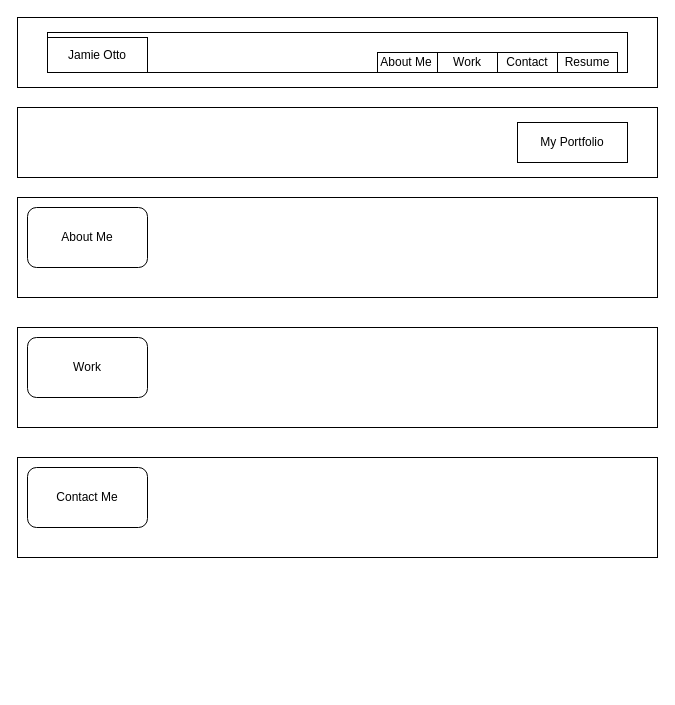
This is new.drawio from jmotto/My-Portfolio, a draw.io file, before an edit. Source tidied: cells renumbered, new cells numbered last; positions are measured from the earlier drawing's top-left corner, leaving out a move shared by most shapes. Both pictures are drawn from the tidied source at 100%, with x=0, y=0 at pixel (17, 17).
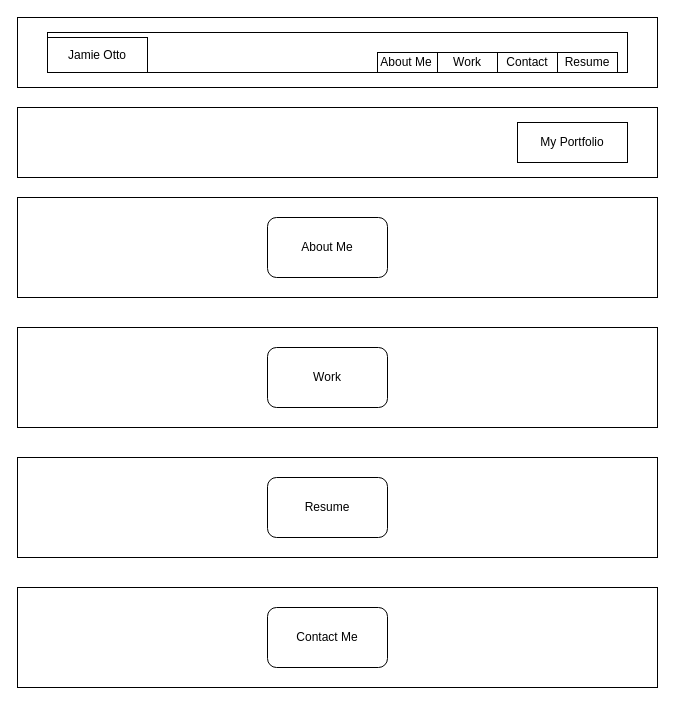
The same diagram, later.

What changed in the source:
```diff
@@
     <mxCell id="8" value="About Me" style="rounded=1;whiteSpace=wrap;html=1;" parent="1" vertex="1">
-      <mxGeometry x="10" y="190" width="120" height="60" as="geometry" />
+      <mxGeometry x="250" y="200" width="120" height="60" as="geometry" />
     </mxCell>
     <mxCell id="9" value="Work" style="rounded=1;whiteSpace=wrap;html=1;" parent="1" vertex="1">
-      <mxGeometry x="10" y="320" width="120" height="60" as="geometry" />
+      <mxGeometry x="250" y="330" width="120" height="60" as="geometry" />
     </mxCell>
-    <mxCell id="10" value="Contact Me" style="rounded=1;whiteSpace=wrap;html=1;" parent="1" vertex="1">
-      <mxGeometry x="10" y="450" width="120" height="60" as="geometry" />
+    <mxCell id="10" value="Resume" style="rounded=1;whiteSpace=wrap;html=1;" parent="1" vertex="1">
+      <mxGeometry x="250" y="460" width="120" height="60" as="geometry" />
     </mxCell>
@@
+    <mxCell id="18" style="rounded=0;whiteSpace=wrap;html=1;" parent="1" vertex="1">
+      <mxGeometry y="570" width="640" height="100" as="geometry" />
+    </mxCell>
+    <mxCell id="19" value="Contact Me" style="rounded=1;whiteSpace=wrap;html=1;" parent="1" vertex="1">
+      <mxGeometry x="250" y="590" width="120" height="60" as="geometry" />
+    </mxCell>
```
